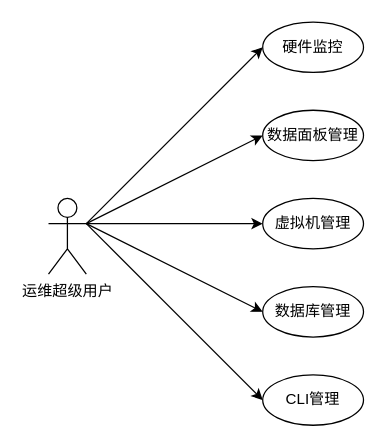
This is docs/essay/运维超级用户用例图.drawio from phil616/rpic, a draw.io file, before an edit. Source tidied: cells renumbered, new cells numbered last; positions are measured from the earlier drawing's top-left corner, leaving out a move shared by most shapes. Both pictures are drawn from the tidied source at 126%, with x=0, y=0 at pixel (48, 21).
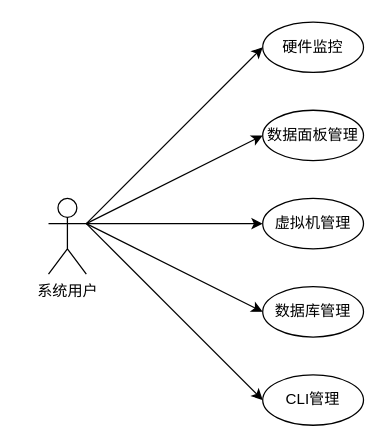
The same diagram, later.

Diff of the diagram source:
```diff
@@
 <mxGraphModel>
   <root>
     <mxCell id="0" />
     <mxCell id="1" parent="0" />
     <mxCell id="2" style="rounded=0;jettySize=auto;html=1;exitX=1;exitY=0.3333333333333333;exitDx=0;exitDy=0;exitPerimeter=0;entryX=0;entryY=0.5;entryDx=0;entryDy=0;" parent="1" edge="1" source="7" target="8">
       <mxGeometry relative="1" as="geometry" />
     </mxCell>
     <mxCell id="3" style="edgeStyle=none;rounded=0;jettySize=auto;html=1;exitX=1;exitY=0.3333333333333333;exitDx=0;exitDy=0;exitPerimeter=0;entryX=0;entryY=0.5;entryDx=0;entryDy=0;" parent="1" edge="1" source="7" target="9">
       <mxGeometry relative="1" as="geometry" />
     </mxCell>
     <mxCell id="4" style="edgeStyle=none;rounded=0;jettySize=auto;html=1;exitX=1;exitY=0.3333333333333333;exitDx=0;exitDy=0;exitPerimeter=0;entryX=0;entryY=0.5;entryDx=0;entryDy=0;" parent="1" edge="1" source="7" target="10">
       <mxGeometry relative="1" as="geometry" />
     </mxCell>
     <mxCell id="5" style="edgeStyle=none;rounded=0;jettySize=auto;html=1;exitX=1;exitY=0.3333333333333333;exitDx=0;exitDy=0;exitPerimeter=0;entryX=0;entryY=0.5;entryDx=0;entryDy=0;" parent="1" edge="1" source="7" target="11">
       <mxGeometry relative="1" as="geometry" />
     </mxCell>
     <mxCell id="6" style="rounded=0;jettySize=auto;html=1;exitX=1;exitY=0.3333333333333333;exitDx=0;exitDy=0;exitPerimeter=0;entryX=0;entryY=0.5;entryDx=0;entryDy=0;" parent="1" edge="1" source="7" target="12">
       <mxGeometry relative="1" as="geometry" />
     </mxCell>
-    <mxCell id="7" value="运维超级用户" style="shape=umlActor;verticalLabelPosition=bottom;verticalAlign=top;html=1;outlineConnect=0;" parent="1" vertex="1">
+    <mxCell id="7" value="系统用户" style="shape=umlActor;verticalLabelPosition=bottom;verticalAlign=top;html=1;outlineConnect=0;" parent="1" vertex="1">
       <mxGeometry y="140" width="30" height="60" as="geometry" />
     </mxCell>
     <mxCell id="8" value="数据面板管理" style="ellipse;whiteSpace=wrap;html=1;" parent="1" vertex="1">
       <mxGeometry x="170" y="70" width="80" height="40" as="geometry" />
     </mxCell>
     <mxCell id="9" value="虚拟机管理" style="ellipse;whiteSpace=wrap;html=1;" parent="1" vertex="1">
       <mxGeometry x="170" y="140" width="80" height="40" as="geometry" />
     </mxCell>
     <mxCell id="10" value="数据库管理" style="ellipse;whiteSpace=wrap;html=1;" parent="1" vertex="1">
       <mxGeometry x="170" y="210" width="80" height="40" as="geometry" />
     </mxCell>
     <mxCell id="11" value="CLI管理" style="ellipse;whiteSpace=wrap;html=1;" parent="1" vertex="1">
       <mxGeometry x="170" y="280" width="80" height="40" as="geometry" />
     </mxCell>
     <mxCell id="12" value="硬件监控" style="ellipse;whiteSpace=wrap;html=1;" parent="1" vertex="1">
       <mxGeometry x="170" width="80" height="40" as="geometry" />
     </mxCell>
   </root>
 </mxGraphModel>
```
